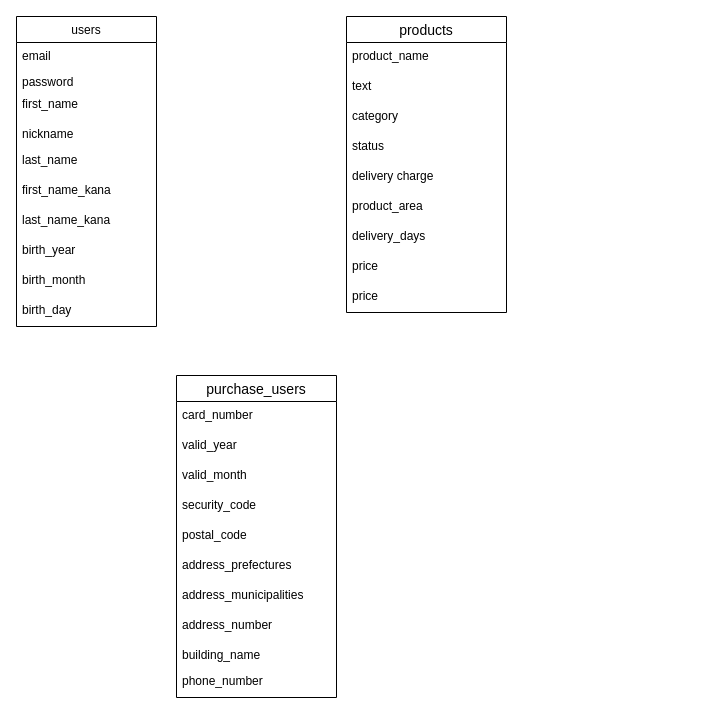
Earlier version of the draw.io diagram furima.dio (kaz-taka-1/furima-35593). Source tidied: cells renumbered, new cells numbered last; positions are measured from the earlier drawing's top-left corner, leaving out a move shared by most shapes. Both pictures are drawn from the tidied source at 100%, with x=0, y=0 at pixel (16, 16).
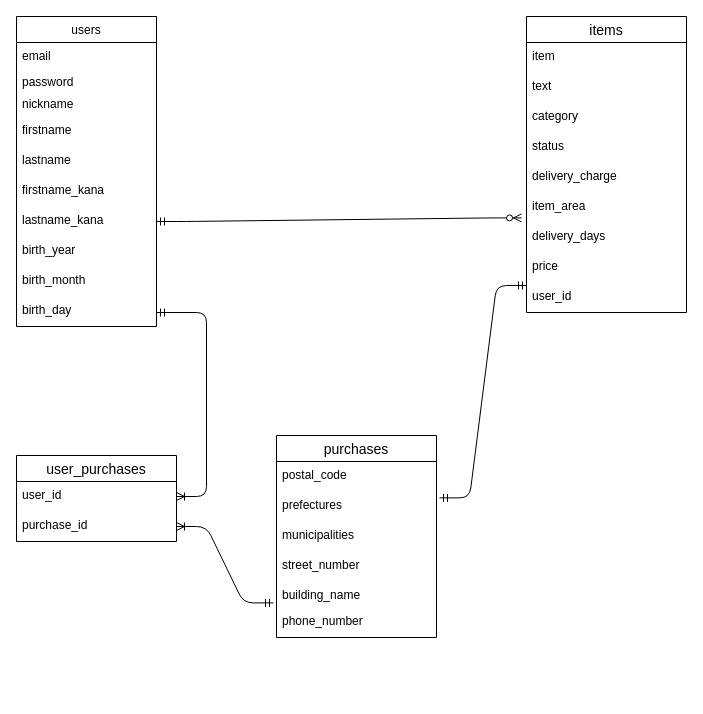
Above is the later version.

Commit message (it also covers changes not shown here):
データベース設計

Unchanged cells that the change refers to:
```xml
<mxCell id="2" value="users" style="swimlane;fontStyle=0;horizontal=1;startSize=26;fillColor=none;" parent="1" vertex="1">
  <mxGeometry width="140" height="310" as="geometry" />
</mxCell>
<mxCell id="20" value="delivery_days" style="text;strokeColor=none;fillColor=none;spacingLeft=4;spacingRight=4;overflow=hidden;points=[[0,0.5],[1,0.5]];portConstraint=eastwest;fontSize=12;" parent="13" vertex="1">
  <mxGeometry y="206" width="160" height="30" as="geometry" />
</mxCell>
```

Change to the diagram source:
```diff
@@
+    <mxCell id="6" value="nickname" style="text;strokeColor=none;fillColor=none;align=left;verticalAlign=top;spacingLeft=4;spacingRight=4;overflow=hidden;" parent="2" vertex="1">
+      <mxGeometry y="74" width="140" height="26" as="geometry" />
+    </mxCell>
-    <mxCell id="5" value="first_name" style="text;strokeColor=none;fillColor=none;spacingLeft=4;spacingRight=4;overflow=hidden;fontSize=12;" parent="2" vertex="1">
-      <mxGeometry y="74" width="140" height="30" as="geometry" />
+    <mxCell id="5" value="firstname" style="text;strokeColor=none;fillColor=none;spacingLeft=4;spacingRight=4;overflow=hidden;fontSize=12;" parent="2" vertex="1">
+      <mxGeometry y="100" width="140" height="30" as="geometry" />
     </mxCell>
-    <mxCell id="6" value="nickname" style="text;strokeColor=none;fillColor=none;align=left;verticalAlign=top;spacingLeft=4;spacingRight=4;overflow=hidden;" parent="2" vertex="1">
-      <mxGeometry y="104" width="140" height="26" as="geometry" />
-    </mxCell>
-    <mxCell id="7" value="last_name" style="text;strokeColor=none;fillColor=none;spacingLeft=4;spacingRight=4;overflow=hidden;fontSize=12;" parent="2" vertex="1">
+    <mxCell id="7" value="lastname" style="text;strokeColor=none;fillColor=none;spacingLeft=4;spacingRight=4;overflow=hidden;fontSize=12;" parent="2" vertex="1">
       <mxGeometry y="130" width="140" height="30" as="geometry" />
     </mxCell>
-    <mxCell id="8" value="first_name_kana" style="text;strokeColor=none;fillColor=none;spacingLeft=4;spacingRight=4;overflow=hidden;fontSize=12;" parent="2" vertex="1">
+    <mxCell id="8" value="firstname_kana" style="text;strokeColor=none;fillColor=none;spacingLeft=4;spacingRight=4;overflow=hidden;fontSize=12;" parent="2" vertex="1">
       <mxGeometry y="160" width="140" height="30" as="geometry" />
     </mxCell>
-    <mxCell id="9" value="last_name_kana" style="text;strokeColor=none;fillColor=none;spacingLeft=4;spacingRight=4;overflow=hidden;points=[[0,0.5],[1,0.5]];portConstraint=eastwest;fontSize=12;" parent="2" vertex="1">
+    <mxCell id="9" value="lastname_kana" style="text;strokeColor=none;fillColor=none;spacingLeft=4;spacingRight=4;overflow=hidden;points=[[0,0.5],[1,0.5]];portConstraint=eastwest;fontSize=12;" parent="2" vertex="1">
       <mxGeometry y="190" width="140" height="30" as="geometry" />
     </mxCell>
@@
-    <mxCell id="13" value="products" style="swimlane;fontStyle=0;horizontal=1;startSize=26;align=center;fontSize=14;" parent="1" vertex="1">
-      <mxGeometry x="330" width="160" height="296" as="geometry" />
+    <mxCell id="13" value="items" style="swimlane;fontStyle=0;horizontal=1;startSize=26;align=center;fontSize=14;" parent="1" vertex="1">
+      <mxGeometry x="510" width="160" height="296" as="geometry" />
     </mxCell>
-    <mxCell id="14" value="product_name" style="text;strokeColor=none;fillColor=none;spacingLeft=4;spacingRight=4;overflow=hidden;fontSize=12;" parent="13" vertex="1">
+    <mxCell id="14" value="item" style="text;strokeColor=none;fillColor=none;spacingLeft=4;spacingRight=4;overflow=hidden;fontSize=12;" parent="13" vertex="1">
       <mxGeometry y="26" width="160" height="30" as="geometry" />
     </mxCell>
@@
-    <mxCell id="18" value="delivery charge" style="text;strokeColor=none;fillColor=none;spacingLeft=4;spacingRight=4;overflow=hidden;fontSize=12;" parent="13" vertex="1">
+    <mxCell id="18" value="delivery_charge" style="text;strokeColor=none;fillColor=none;spacingLeft=4;spacingRight=4;overflow=hidden;fontSize=12;" parent="13" vertex="1">
       <mxGeometry y="146" width="160" height="30" as="geometry" />
     </mxCell>
-    <mxCell id="19" value="product_area" style="text;strokeColor=none;fillColor=none;spacingLeft=4;spacingRight=4;overflow=hidden;fontSize=12;" parent="13" vertex="1">
+    <mxCell id="19" value="item_area" style="text;strokeColor=none;fillColor=none;spacingLeft=4;spacingRight=4;overflow=hidden;fontSize=12;" parent="13" vertex="1">
       <mxGeometry y="176" width="160" height="30" as="geometry" />
     </mxCell>
@@
-    <mxCell id="22" value="price" style="text;strokeColor=none;fillColor=none;spacingLeft=4;spacingRight=4;overflow=hidden;fontSize=12;" parent="13" vertex="1">
+    <mxCell id="22" value="user_id" style="text;strokeColor=none;fillColor=none;spacingLeft=4;spacingRight=4;overflow=hidden;fontSize=12;" parent="13" vertex="1">
       <mxGeometry y="266" width="160" height="30" as="geometry" />
     </mxCell>
-    <mxCell id="23" value="purchase_users" style="swimlane;fontStyle=0;horizontal=1;startSize=26;align=center;fontSize=14;" parent="1" vertex="1">
-      <mxGeometry x="160" y="359" width="160" height="322" as="geometry" />
+    <mxCell id="23" value="purchases" style="swimlane;fontStyle=0;horizontal=1;startSize=26;align=center;fontSize=14;" parent="1" vertex="1">
+      <mxGeometry x="260" y="419" width="160" height="202" as="geometry" />
     </mxCell>
-    <mxCell id="24" value="card_number" style="text;strokeColor=none;fillColor=none;spacingLeft=4;spacingRight=4;overflow=hidden;fontSize=12;" parent="23" vertex="1">
-      <mxGeometry y="26" width="160" height="30" as="geometry" />
-    </mxCell>
-    <mxCell id="25" value="valid_year" style="text;strokeColor=none;fillColor=none;spacingLeft=4;spacingRight=4;overflow=hidden;fontSize=12;" parent="23" vertex="1">
-      <mxGeometry y="56" width="160" height="30" as="geometry" />
-    </mxCell>
-    <mxCell id="26" value="valid_month" style="text;strokeColor=none;fillColor=none;spacingLeft=4;spacingRight=4;overflow=hidden;fontSize=12;" parent="23" vertex="1">
-      <mxGeometry y="86" width="160" height="30" as="geometry" />
-    </mxCell>
-    <mxCell id="27" value="security_code" style="text;strokeColor=none;fillColor=none;spacingLeft=4;spacingRight=4;overflow=hidden;fontSize=12;" parent="23" vertex="1">
-      <mxGeometry y="116" width="160" height="30" as="geometry" />
-    </mxCell>
     <mxCell id="28" value="postal_code" style="text;strokeColor=none;fillColor=none;spacingLeft=4;spacingRight=4;overflow=hidden;fontSize=12;" parent="23" vertex="1">
-      <mxGeometry y="146" width="160" height="30" as="geometry" />
+      <mxGeometry y="26" width="160" height="30" as="geometry" />
     </mxCell>
-    <mxCell id="29" value="address_prefectures" style="text;strokeColor=none;fillColor=none;spacingLeft=4;spacingRight=4;overflow=hidden;points=[[0,0.5],[1,0.5]];portConstraint=eastwest;fontSize=12;" parent="23" vertex="1">
-      <mxGeometry y="176" width="160" height="30" as="geometry" />
+    <mxCell id="29" value="prefectures" style="text;strokeColor=none;fillColor=none;spacingLeft=4;spacingRight=4;overflow=hidden;points=[[0,0.5],[1,0.5]];portConstraint=eastwest;fontSize=12;" parent="23" vertex="1">
+      <mxGeometry y="56" width="160" height="30" as="geometry" />
     </mxCell>
-    <mxCell id="30" value="address_municipalities" style="text;strokeColor=none;fillColor=none;spacingLeft=4;spacingRight=4;overflow=hidden;fontSize=12;" parent="23" vertex="1">
-      <mxGeometry y="206" width="160" height="30" as="geometry" />
+    <mxCell id="30" value="municipalities" style="text;strokeColor=none;fillColor=none;spacingLeft=4;spacingRight=4;overflow=hidden;fontSize=12;" parent="23" vertex="1">
+      <mxGeometry y="86" width="160" height="30" as="geometry" />
     </mxCell>
-    <mxCell id="31" value="address_number" style="text;strokeColor=none;fillColor=none;spacingLeft=4;spacingRight=4;overflow=hidden;fontSize=12;" parent="23" vertex="1">
-      <mxGeometry y="236" width="160" height="30" as="geometry" />
+    <mxCell id="31" value="street_number" style="text;strokeColor=none;fillColor=none;spacingLeft=4;spacingRight=4;overflow=hidden;fontSize=12;" parent="23" vertex="1">
+      <mxGeometry y="116" width="160" height="30" as="geometry" />
     </mxCell>
     <mxCell id="32" value="building_name" style="text;strokeColor=none;fillColor=none;spacingLeft=4;spacingRight=4;overflow=hidden;points=[[0,0.5],[1,0.5]];portConstraint=eastwest;fontSize=12;" parent="23" vertex="1">
-      <mxGeometry y="266" width="160" height="26" as="geometry" />
+      <mxGeometry y="146" width="160" height="26" as="geometry" />
     </mxCell>
     <mxCell id="33" value="phone_number" style="text;strokeColor=none;fillColor=none;spacingLeft=4;spacingRight=4;overflow=hidden;fontSize=12;" parent="23" vertex="1">
-      <mxGeometry y="292" width="160" height="30" as="geometry" />
+      <mxGeometry y="172" width="160" height="30" as="geometry" />
     </mxCell>
+    <mxCell id="34" style="edgeStyle=entityRelationEdgeStyle;fontSize=12;html=1;endArrow=ERzeroToMany;startArrow=ERmandOne;exitX=1;exitY=0.5;exitDx=0;exitDy=0;entryX=-0.031;entryY=-0.153;entryDx=0;entryDy=0;entryPerimeter=0;" parent="1" edge="1" source="9" target="20">
+      <mxGeometry relative="1" as="geometry" />
+    </mxCell>
+    <mxCell id="35" value="user_purchases" style="swimlane;fontStyle=0;horizontal=1;startSize=26;align=center;fontSize=14;" parent="1" vertex="1">
+      <mxGeometry y="439" width="160" height="86" as="geometry" />
+    </mxCell>
+    <mxCell id="36" value="user_id" style="text;strokeColor=none;fillColor=none;spacingLeft=4;spacingRight=4;overflow=hidden;points=[[0,0.5],[1,0.5]];portConstraint=eastwest;fontSize=12;" parent="35" vertex="1">
+      <mxGeometry y="26" width="160" height="30" as="geometry" />
+    </mxCell>
+    <mxCell id="37" value="purchase_id" style="text;strokeColor=none;fillColor=none;spacingLeft=4;spacingRight=4;overflow=hidden;points=[[0,0.5],[1,0.5]];portConstraint=eastwest;fontSize=12;" parent="35" vertex="1">
+      <mxGeometry y="56" width="160" height="30" as="geometry" />
+    </mxCell>
+    <mxCell id="38" style="edgeStyle=entityRelationEdgeStyle;fontSize=12;html=1;endArrow=ERoneToMany;startArrow=ERmandOne;" parent="1" edge="1" target="36">
+      <mxGeometry relative="1" as="geometry">
+        <mxPoint x="140" y="296" as="sourcePoint" />
+      </mxGeometry>
+    </mxCell>
+    <mxCell id="39" style="edgeStyle=entityRelationEdgeStyle;fontSize=12;html=1;endArrow=ERmandOne;startArrow=ERmandOne;exitX=1.019;exitY=0.213;exitDx=0;exitDy=0;exitPerimeter=0;" parent="1" edge="1" source="29">
+      <mxGeometry relative="1" as="geometry">
+        <mxPoint x="510" y="269" as="targetPoint" />
+      </mxGeometry>
+    </mxCell>
+    <mxCell id="40" style="edgeStyle=entityRelationEdgeStyle;fontSize=12;html=1;endArrow=ERoneToMany;startArrow=ERmandOne;exitX=-0.019;exitY=0.823;exitDx=0;exitDy=0;exitPerimeter=0;" parent="1" edge="1" source="32" target="37">
+      <mxGeometry relative="1" as="geometry" />
+    </mxCell>
```
